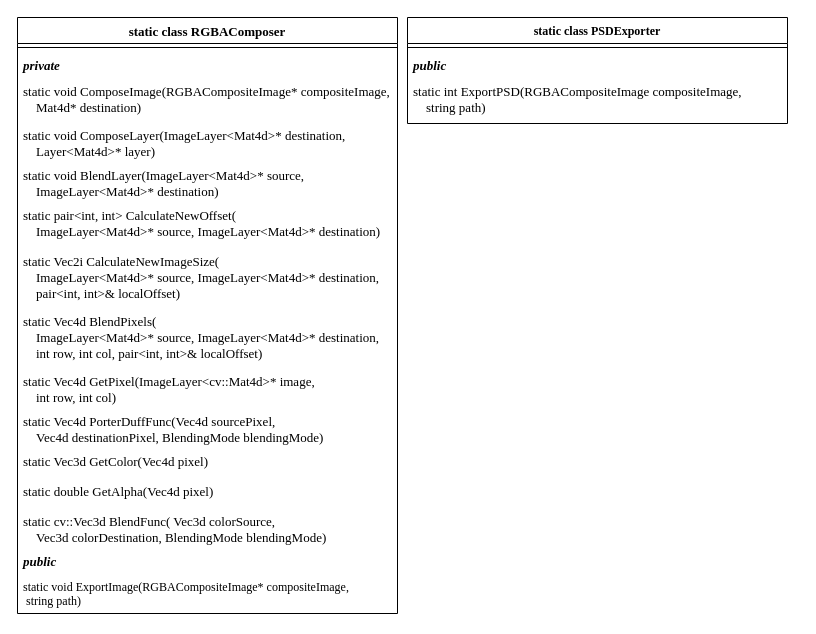
SpatiumOwl/ComplexSky-2.0 keeps this draw.io diagram as page "Exporters" (8 of 9) of Docs/Class diagrams.drawio. Above is the earlier version. Source tidied: cells renumbered, new cells numbered last; positions are measured from the earlier drawing's top-left corner, leaving out a move shared by most shapes. Both pictures are drawn from the tidied source at 100%, with x=0, y=0 at pixel (17, 17).
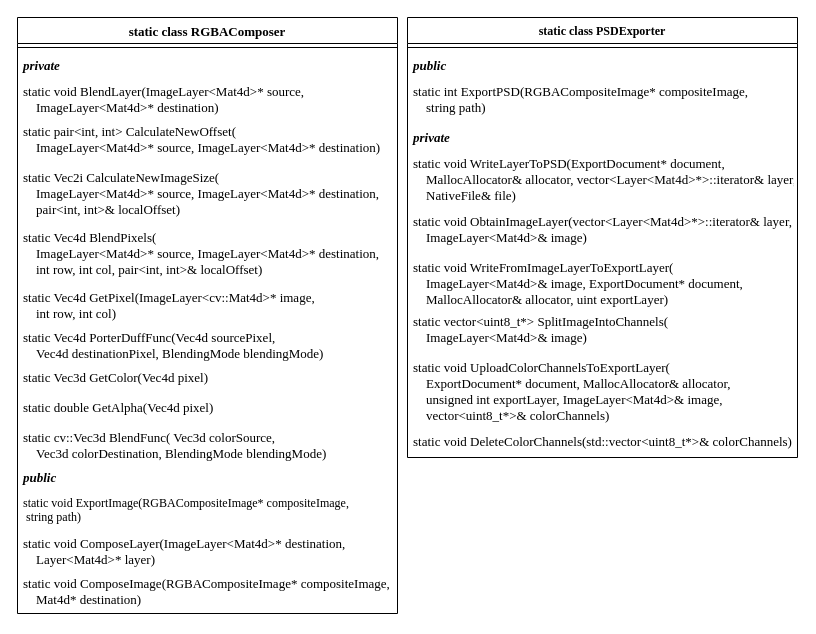
The same page after the edit.

Unchanged cells that the change refers to:
```xml
<mxCell id="2" value="static class RGBAComposer" style="swimlane;fontStyle=1;align=center;verticalAlign=top;horizontal=1;startSize=26;fontFamily=Times New Roman;fontSize=13;" parent="1" vertex="1">
  <mxGeometry width="380" height="596" as="geometry" />
</mxCell>
```

Change to the diagram source:
```diff
@@
-    <mxCell id="5" value="static void ComposeImage(RGBACompositeImage* compositeImage,&#10;    Mat4d* destination)" style="text;strokeColor=none;fillColor=none;align=left;verticalAlign=top;spacingLeft=4;spacingRight=4;overflow=hidden;fontFamily=Times New Roman;fontSize=13;" parent="2" vertex="1">
-      <mxGeometry y="60" width="380" height="44" as="geometry" />
-    </mxCell>
-    <mxCell id="6" value="static void ComposeLayer(ImageLayer&lt;Mat4d&gt;* destination, &#10;    Layer&lt;Mat4d&gt;* layer)" style="text;strokeColor=none;fillColor=none;align=left;verticalAlign=top;spacingLeft=4;spacingRight=4;overflow=hidden;fontFamily=Times New Roman;fontSize=13;" parent="2" vertex="1">
-      <mxGeometry y="104" width="380" height="40" as="geometry" />
-    </mxCell>
     <mxCell id="7" value="static void BlendLayer(ImageLayer&lt;Mat4d&gt;* source, &#10;    ImageLayer&lt;Mat4d&gt;* destination)" style="text;strokeColor=none;fillColor=none;align=left;verticalAlign=top;spacingLeft=4;spacingRight=4;overflow=hidden;fontFamily=Times New Roman;fontSize=13;" parent="2" vertex="1">
-      <mxGeometry y="144" width="380" height="40" as="geometry" />
+      <mxGeometry y="60" width="380" height="40" as="geometry" />
     </mxCell>
     <mxCell id="8" value="static pair&lt;int, int&gt; CalculateNewOffset(&#10;    ImageLayer&lt;Mat4d&gt;* source, ImageLayer&lt;Mat4d&gt;* destination)" style="text;strokeColor=none;fillColor=none;align=left;verticalAlign=top;spacingLeft=4;spacingRight=4;overflow=hidden;fontFamily=Times New Roman;fontSize=13;" parent="2" vertex="1">
-      <mxGeometry y="184" width="380" height="46" as="geometry" />
+      <mxGeometry y="100" width="380" height="46" as="geometry" />
     </mxCell>
     <mxCell id="9" value="static Vec2i CalculateNewImageSize(&#10;    ImageLayer&lt;Mat4d&gt;* source, ImageLayer&lt;Mat4d&gt;* destination,&#10;    pair&lt;int, int&gt;&amp; localOffset)" style="text;strokeColor=none;fillColor=none;align=left;verticalAlign=top;spacingLeft=4;spacingRight=4;overflow=hidden;fontFamily=Times New Roman;fontSize=13;" parent="2" vertex="1">
-      <mxGeometry y="230" width="380" height="60" as="geometry" />
+      <mxGeometry y="146" width="380" height="60" as="geometry" />
     </mxCell>
     <mxCell id="10" value="static Vec4d BlendPixels(&#10;    ImageLayer&lt;Mat4d&gt;* source, ImageLayer&lt;Mat4d&gt;* destination,&#10;        int row, int col, pair&lt;int, int&gt;&amp; localOffset)" style="text;strokeColor=none;fillColor=none;align=left;verticalAlign=top;spacingLeft=4;spacingRight=4;overflow=hidden;fontFamily=Times New Roman;fontSize=13;" parent="2" vertex="1">
-      <mxGeometry y="290" width="380" height="60" as="geometry" />
+      <mxGeometry y="206" width="380" height="60" as="geometry" />
     </mxCell>
     <mxCell id="11" value="static Vec4d GetPixel(ImageLayer&lt;cv::Mat4d&gt;* image,&#10;        int row, int col)" style="text;strokeColor=none;fillColor=none;align=left;verticalAlign=top;spacingLeft=4;spacingRight=4;overflow=hidden;fontFamily=Times New Roman;fontSize=13;" parent="2" vertex="1">
-      <mxGeometry y="350" width="380" height="40" as="geometry" />
+      <mxGeometry y="266" width="380" height="40" as="geometry" />
     </mxCell>
     <mxCell id="12" value="static Vec4d PorterDuffFunc(Vec4d sourcePixel, &#10;    Vec4d destinationPixel, BlendingMode blendingMode)" style="text;strokeColor=none;fillColor=none;align=left;verticalAlign=top;spacingLeft=4;spacingRight=4;overflow=hidden;fontFamily=Times New Roman;fontSize=13;" parent="2" vertex="1">
-      <mxGeometry y="390" width="380" height="40" as="geometry" />
+      <mxGeometry y="306" width="380" height="40" as="geometry" />
     </mxCell>
     <mxCell id="13" value="static Vec3d GetColor(Vec4d pixel)" style="text;strokeColor=none;fillColor=none;align=left;verticalAlign=top;spacingLeft=4;spacingRight=4;overflow=hidden;fontFamily=Times New Roman;fontSize=13;" parent="2" vertex="1">
-      <mxGeometry y="430" width="380" height="30" as="geometry" />
+      <mxGeometry y="346" width="380" height="30" as="geometry" />
     </mxCell>
     <mxCell id="14" value="static double GetAlpha(Vec4d pixel)" style="text;strokeColor=none;fillColor=none;align=left;verticalAlign=top;spacingLeft=4;spacingRight=4;overflow=hidden;fontFamily=Times New Roman;fontSize=13;" parent="2" vertex="1">
-      <mxGeometry y="460" width="380" height="30" as="geometry" />
+      <mxGeometry y="376" width="380" height="30" as="geometry" />
     </mxCell>
     <mxCell id="15" value="static cv::Vec3d BlendFunc( Vec3d colorSource, &#10;    Vec3d colorDestination, BlendingMode blendingMode)" style="text;strokeColor=none;fillColor=none;align=left;verticalAlign=top;spacingLeft=4;spacingRight=4;overflow=hidden;fontFamily=Times New Roman;fontSize=13;" parent="2" vertex="1">
-      <mxGeometry y="490" width="380" height="40" as="geometry" />
+      <mxGeometry y="406" width="380" height="40" as="geometry" />
     </mxCell>
     <mxCell id="16" value="public" style="text;strokeColor=none;fillColor=none;align=left;verticalAlign=top;spacingLeft=4;spacingRight=4;overflow=hidden;fontStyle=3;fontFamily=Times New Roman;fontSize=13;" parent="2" vertex="1">
-      <mxGeometry y="530" width="380" height="26" as="geometry" />
+      <mxGeometry y="446" width="380" height="26" as="geometry" />
     </mxCell>
     <mxCell id="17" value="static void ExportImage(RGBACompositeImage* compositeImage, &lt;br&gt;&lt;span style=&quot;white-space: pre;&quot;&gt; &lt;/span&gt;string path)" style="text;strokeColor=none;fillColor=none;align=left;verticalAlign=top;spacingLeft=4;spacingRight=4;overflow=hidden;whiteSpace=wrap;html=1;fontFamily=Times New Roman;" parent="2" vertex="1">
-      <mxGeometry y="556" width="380" height="40" as="geometry" />
+      <mxGeometry y="472" width="380" height="40" as="geometry" />
     </mxCell>
+    <mxCell id="6" value="static void ComposeLayer(ImageLayer&lt;Mat4d&gt;* destination, &#10;    Layer&lt;Mat4d&gt;* layer)" style="text;strokeColor=none;fillColor=none;align=left;verticalAlign=top;spacingLeft=4;spacingRight=4;overflow=hidden;fontFamily=Times New Roman;fontSize=13;" parent="2" vertex="1">
+      <mxGeometry y="512" width="380" height="40" as="geometry" />
+    </mxCell>
+    <mxCell id="5" value="static void ComposeImage(RGBACompositeImage* compositeImage,&#10;    Mat4d* destination)" style="text;strokeColor=none;fillColor=none;align=left;verticalAlign=top;spacingLeft=4;spacingRight=4;overflow=hidden;fontFamily=Times New Roman;fontSize=13;" parent="2" vertex="1">
+      <mxGeometry y="552" width="380" height="44" as="geometry" />
+    </mxCell>
     <mxCell id="18" value="static class PSDExporter" style="swimlane;fontStyle=1;align=center;verticalAlign=top;horizontal=1;startSize=26;whiteSpace=wrap;html=1;fontFamily=Times New Roman;" parent="1" vertex="1">
-      <mxGeometry x="390" width="380" height="106" as="geometry" />
+      <mxGeometry x="390" width="390" height="440" as="geometry" />
     </mxCell>
     <mxCell id="19" style="line;strokeWidth=1;fillColor=none;align=left;verticalAlign=middle;spacingTop=-1;spacingLeft=3;spacingRight=3;labelPosition=right;strokeColor=inherit;" parent="18" vertex="1">
-      <mxGeometry y="26" width="380" height="8" as="geometry" />
+      <mxGeometry y="26" width="390" height="8" as="geometry" />
     </mxCell>
     <mxCell id="20" value="public" style="text;strokeColor=none;fillColor=none;align=left;verticalAlign=top;spacingLeft=4;spacingRight=4;overflow=hidden;fontStyle=3;fontFamily=Times New Roman;fontSize=13;" parent="18" vertex="1">
-      <mxGeometry y="34" width="380" height="26" as="geometry" />
+      <mxGeometry y="34" width="390" height="26" as="geometry" />
     </mxCell>
-    <mxCell id="21" value="static int ExportPSD(RGBACompositeImage compositeImage, &#10;    string path)" style="text;strokeColor=none;fillColor=none;align=left;verticalAlign=top;spacingLeft=4;spacingRight=4;overflow=hidden;fontFamily=Times New Roman;fontSize=13;" parent="18" vertex="1">
-      <mxGeometry y="60" width="380" height="46" as="geometry" />
+    <mxCell id="21" value="static int ExportPSD(RGBACompositeImage* compositeImage, &#10;    string path)" style="text;strokeColor=none;fillColor=none;align=left;verticalAlign=top;spacingLeft=4;spacingRight=4;overflow=hidden;fontFamily=Times New Roman;fontSize=13;" parent="18" vertex="1">
+      <mxGeometry y="60" width="390" height="46" as="geometry" />
     </mxCell>
+    <mxCell id="22" value="private" style="text;strokeColor=none;fillColor=none;align=left;verticalAlign=top;spacingLeft=4;spacingRight=4;overflow=hidden;fontStyle=3;fontFamily=Times New Roman;fontSize=13;" parent="18" vertex="1">
+      <mxGeometry y="106" width="390" height="26" as="geometry" />
+    </mxCell>
+    <mxCell id="23" value="static void WriteLayerToPSD(ExportDocument* document, &#10;    MallocAllocator&amp; allocator, vector&lt;Layer&lt;Mat4d&gt;*&gt;::iterator&amp; layer, &#10;    NativeFile&amp; file)" style="text;strokeColor=none;fillColor=none;align=left;verticalAlign=top;spacingLeft=4;spacingRight=4;overflow=hidden;fontFamily=Times New Roman;fontSize=13;" parent="18" vertex="1">
+      <mxGeometry y="132" width="390" height="58" as="geometry" />
+    </mxCell>
+    <mxCell id="24" value="static void ObtainImageLayer(vector&lt;Layer&lt;Mat4d&gt;*&gt;::iterator&amp; layer,&#10;    ImageLayer&lt;Mat4d&gt;&amp; image)" style="text;strokeColor=none;fillColor=none;align=left;verticalAlign=top;spacingLeft=4;spacingRight=4;overflow=hidden;fontFamily=Times New Roman;fontSize=13;" parent="18" vertex="1">
+      <mxGeometry y="190" width="390" height="46" as="geometry" />
+    </mxCell>
+    <mxCell id="25" value="static void WriteFromImageLayerToExportLayer(&#10;    ImageLayer&lt;Mat4d&gt;&amp; image, ExportDocument* document, &#10;    MallocAllocator&amp; allocator, uint exportLayer)" style="text;strokeColor=none;fillColor=none;align=left;verticalAlign=top;spacingLeft=4;spacingRight=4;overflow=hidden;fontFamily=Times New Roman;fontSize=13;" parent="18" vertex="1">
+      <mxGeometry y="236" width="390" height="54" as="geometry" />
+    </mxCell>
+    <mxCell id="26" value="static vector&lt;uint8_t*&gt; SplitImageIntoChannels(&#10;    ImageLayer&lt;Mat4d&gt;&amp; image)" style="text;strokeColor=none;fillColor=none;align=left;verticalAlign=top;spacingLeft=4;spacingRight=4;overflow=hidden;fontFamily=Times New Roman;fontSize=13;" parent="18" vertex="1">
+      <mxGeometry y="290" width="390" height="46" as="geometry" />
+    </mxCell>
+    <mxCell id="27" value="static void UploadColorChannelsToExportLayer(&#10;    ExportDocument* document, MallocAllocator&amp; allocator, &#10;    unsigned int exportLayer, ImageLayer&lt;Mat4d&gt;&amp; image, &#10;    vector&lt;uint8_t*&gt;&amp; colorChannels)" style="text;strokeColor=none;fillColor=none;align=left;verticalAlign=top;spacingLeft=4;spacingRight=4;overflow=hidden;fontFamily=Times New Roman;fontSize=13;" parent="18" vertex="1">
+      <mxGeometry y="336" width="390" height="74" as="geometry" />
+    </mxCell>
+    <mxCell id="28" value="static void DeleteColorChannels(std::vector&lt;uint8_t*&gt;&amp; colorChannels)" style="text;strokeColor=none;fillColor=none;align=left;verticalAlign=top;spacingLeft=4;spacingRight=4;overflow=hidden;fontFamily=Times New Roman;fontSize=13;" parent="18" vertex="1">
+      <mxGeometry y="410" width="390" height="30" as="geometry" />
+    </mxCell>
```
